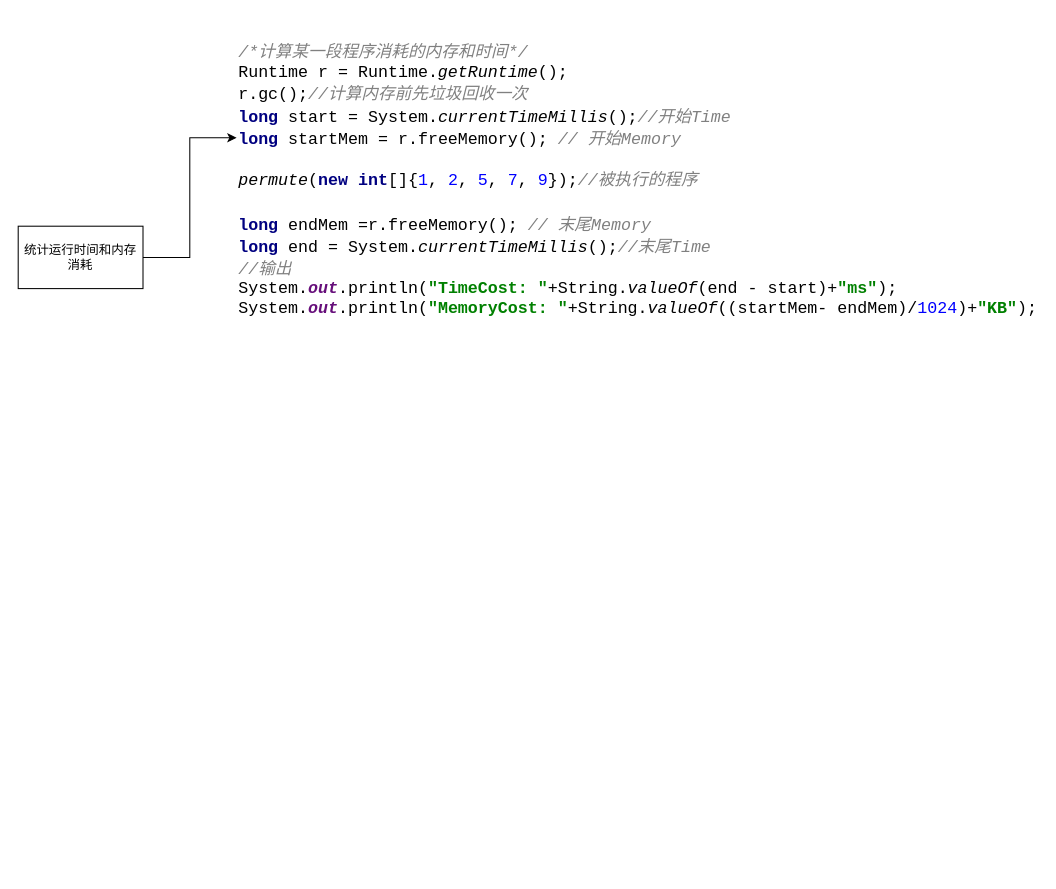
The draw.io diagram page "工具" (2 of 2) of learn.drawio in sunhcer/test, before the edit. Source tidied: cells renumbered, new cells numbered last; positions are measured from the earlier drawing's top-left corner, leaving out a move shared by most shapes. Both pictures are drawn from the tidied source at 104%, with x=0, y=0 at pixel (18, 18).
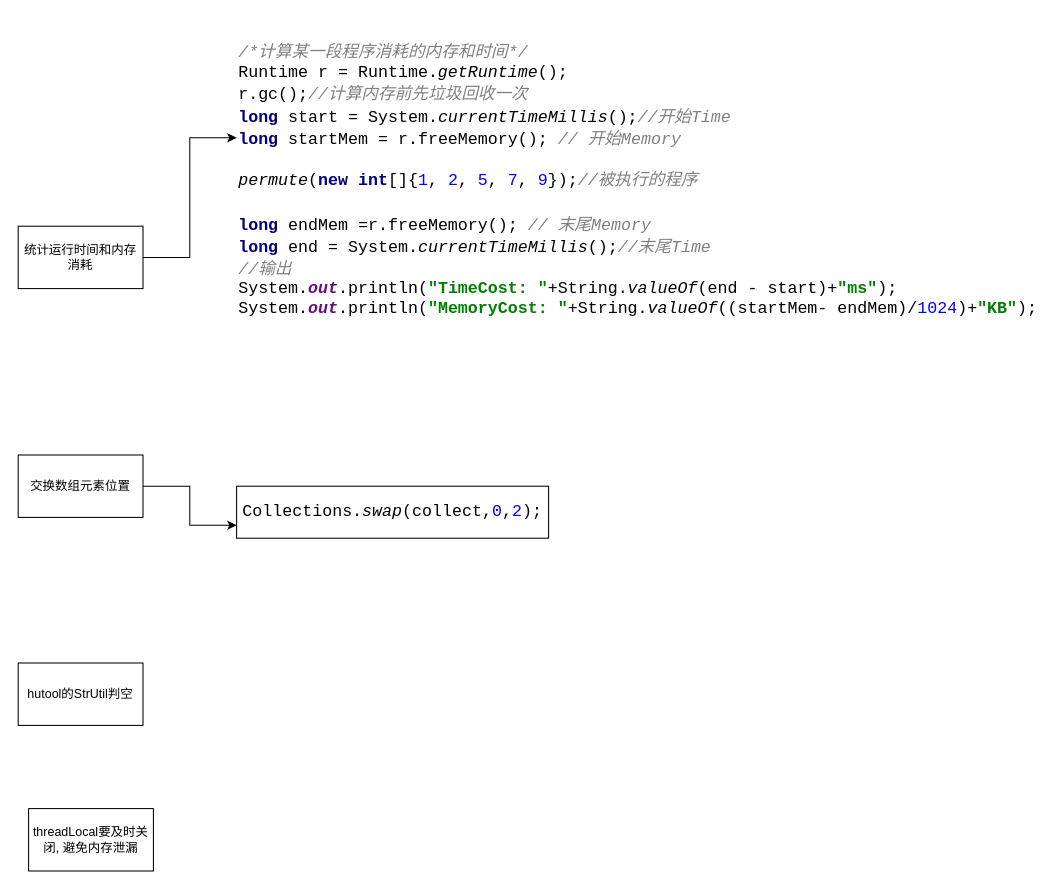
After the change.

The edit, as a diff of the source:
```diff
@@
 <mxGraphModel>
   <root>
     <mxCell id="0" />
     <mxCell id="1" parent="0" />
     <mxCell id="2" style="edgeStyle=orthogonalEdgeStyle;rounded=0;jettySize=auto;html=1;exitX=1;exitY=0.5;exitDx=0;exitDy=0;" parent="1" edge="1" source="3" target="4">
       <mxGeometry relative="1" as="geometry" />
     </mxCell>
     <mxCell id="3" value="统计运行时间和内存消耗" style="rounded=0;whiteSpace=wrap;html=1;" parent="1" vertex="1">
       <mxGeometry y="200" width="120" height="60" as="geometry" />
     </mxCell>
     <mxCell id="4" value="&lt;pre style=&quot;background-color: #ffffff ; color: #000000 ; font-family: &amp;quot;consolas&amp;quot; ; font-size: 12.0pt&quot;&gt;&lt;span style=&quot;color: #808080 ; font-style: italic&quot;&gt;/*&lt;/span&gt;&lt;span style=&quot;color: #808080 ; font-style: italic ; font-family: &amp;quot;arial&amp;quot;&quot;&gt;计算某一段程序消耗的内存和时间&lt;/span&gt;&lt;span style=&quot;color: #808080 ; font-style: italic&quot;&gt;*/&lt;br&gt;&lt;/span&gt;Runtime r = Runtime.&lt;span style=&quot;font-style: italic&quot;&gt;getRuntime&lt;/span&gt;();&lt;br&gt;r.gc();&lt;span style=&quot;color: #808080 ; font-style: italic&quot;&gt;//&lt;/span&gt;&lt;span style=&quot;color: #808080 ; font-style: italic ; font-family: &amp;quot;arial&amp;quot;&quot;&gt;计算内存前先垃圾回收一次&lt;br&gt;&lt;/span&gt;&lt;span style=&quot;color: #000080 ; font-weight: bold&quot;&gt;long &lt;/span&gt;start = System.&lt;span style=&quot;font-style: italic&quot;&gt;currentTimeMillis&lt;/span&gt;();&lt;span style=&quot;color: #808080 ; font-style: italic&quot;&gt;//&lt;/span&gt;&lt;span style=&quot;color: #808080 ; font-style: italic ; font-family: &amp;quot;arial&amp;quot;&quot;&gt;开始&lt;/span&gt;&lt;span style=&quot;color: #808080 ; font-style: italic&quot;&gt;Time&lt;br&gt;&lt;/span&gt;&lt;span style=&quot;color: #000080 ; font-weight: bold&quot;&gt;long &lt;/span&gt;startMem = r.freeMemory(); &lt;span style=&quot;color: #808080 ; font-style: italic&quot;&gt;// &lt;/span&gt;&lt;span style=&quot;color: #808080 ; font-style: italic ; font-family: &amp;quot;arial&amp;quot;&quot;&gt;开始&lt;/span&gt;&lt;span style=&quot;color: #808080 ; font-style: italic&quot;&gt;Memory&lt;br&gt;&lt;/span&gt;&lt;span style=&quot;color: #808080 ; font-style: italic&quot;&gt;&lt;br&gt;&lt;/span&gt;&lt;span style=&quot;font-style: italic&quot;&gt;permute&lt;/span&gt;(&lt;span style=&quot;color: #000080 ; font-weight: bold&quot;&gt;new int&lt;/span&gt;[]{&lt;span style=&quot;color: #0000ff&quot;&gt;1&lt;/span&gt;, &lt;span style=&quot;color: #0000ff&quot;&gt;2&lt;/span&gt;, &lt;span style=&quot;color: #0000ff&quot;&gt;5&lt;/span&gt;, &lt;span style=&quot;color: #0000ff&quot;&gt;7&lt;/span&gt;, &lt;span style=&quot;color: #0000ff&quot;&gt;9&lt;/span&gt;});&lt;span style=&quot;color: #808080 ; font-style: italic&quot;&gt;//&lt;/span&gt;&lt;span style=&quot;color: #808080 ; font-style: italic ; font-family: &amp;quot;arial&amp;quot;&quot;&gt;被执行的程序&lt;br&gt;&lt;/span&gt;&lt;span style=&quot;color: #808080 ; font-style: italic ; font-family: &amp;quot;arial&amp;quot;&quot;&gt;&lt;br&gt;&lt;/span&gt;&lt;span style=&quot;color: #000080 ; font-weight: bold&quot;&gt;long &lt;/span&gt;endMem =r.freeMemory(); &lt;span style=&quot;color: #808080 ; font-style: italic&quot;&gt;// &lt;/span&gt;&lt;span style=&quot;color: #808080 ; font-style: italic ; font-family: &amp;quot;arial&amp;quot;&quot;&gt;末尾&lt;/span&gt;&lt;span style=&quot;color: #808080 ; font-style: italic&quot;&gt;Memory&lt;br&gt;&lt;/span&gt;&lt;span style=&quot;color: #000080 ; font-weight: bold&quot;&gt;long &lt;/span&gt;end = System.&lt;span style=&quot;font-style: italic&quot;&gt;currentTimeMillis&lt;/span&gt;();&lt;span style=&quot;color: #808080 ; font-style: italic&quot;&gt;//&lt;/span&gt;&lt;span style=&quot;color: #808080 ; font-style: italic ; font-family: &amp;quot;arial&amp;quot;&quot;&gt;末尾&lt;/span&gt;&lt;span style=&quot;color: #808080 ; font-style: italic&quot;&gt;Time&lt;br&gt;&lt;/span&gt;&lt;span style=&quot;color: #808080 ; font-style: italic&quot;&gt;//&lt;/span&gt;&lt;span style=&quot;color: #808080 ; font-style: italic ; font-family: &amp;quot;arial&amp;quot;&quot;&gt;输出&lt;br&gt;&lt;/span&gt;System.&lt;span style=&quot;color: #660e7a ; font-weight: bold ; font-style: italic&quot;&gt;out&lt;/span&gt;.println(&lt;span style=&quot;color: #008000 ; font-weight: bold&quot;&gt;&quot;TimeCost: &quot;&lt;/span&gt;+String.&lt;span style=&quot;font-style: italic&quot;&gt;valueOf&lt;/span&gt;(end - start)+&lt;span style=&quot;color: #008000 ; font-weight: bold&quot;&gt;&quot;ms&quot;&lt;/span&gt;);&lt;br&gt;System.&lt;span style=&quot;color: #660e7a ; font-weight: bold ; font-style: italic&quot;&gt;out&lt;/span&gt;.println(&lt;span style=&quot;color: #008000 ; font-weight: bold&quot;&gt;&quot;MemoryCost: &quot;&lt;/span&gt;+String.&lt;span style=&quot;font-style: italic&quot;&gt;valueOf&lt;/span&gt;((startMem- endMem)/&lt;span style=&quot;color: #0000ff&quot;&gt;1024&lt;/span&gt;)+&lt;span style=&quot;color: #008000 ; font-weight: bold&quot;&gt;&quot;KB&quot;&lt;/span&gt;);&lt;/pre&gt;" style="text;whiteSpace=wrap;html=1;" parent="1" vertex="1">
       <mxGeometry x="210" width="550" height="230" as="geometry" />
     </mxCell>
+    <mxCell id="5" style="edgeStyle=orthogonalEdgeStyle;rounded=0;jettySize=auto;html=1;entryX=0;entryY=0.75;entryDx=0;entryDy=0;" parent="1" edge="1" source="6" target="7">
+      <mxGeometry relative="1" as="geometry" />
+    </mxCell>
+    <mxCell id="6" value="交换数组元素位置" style="rounded=0;whiteSpace=wrap;html=1;" parent="1" vertex="1">
+      <mxGeometry y="420" width="120" height="60" as="geometry" />
+    </mxCell>
+    <mxCell id="7" value="&lt;pre style=&quot;background-color: rgb(255 , 255 , 255) ; font-family: &amp;#34;consolas&amp;#34; ; font-size: 12pt&quot;&gt;Collections.&lt;span style=&quot;font-style: italic&quot;&gt;swap&lt;/span&gt;(collect,&lt;span style=&quot;color: #0000ff&quot;&gt;0&lt;/span&gt;,&lt;span style=&quot;color: #0000ff&quot;&gt;2&lt;/span&gt;);&lt;/pre&gt;" style="rounded=0;whiteSpace=wrap;html=1;" parent="1" vertex="1">
+      <mxGeometry x="210" y="450" width="300" height="50" as="geometry" />
+    </mxCell>
+    <mxCell id="8" value="hutool的StrUtil判空" style="rounded=0;whiteSpace=wrap;html=1;" parent="1" vertex="1">
+      <mxGeometry y="620" width="120" height="60" as="geometry" />
+    </mxCell>
+    <mxCell id="9" value="threadLocal要及时关闭, 避免内存泄漏" style="rounded=0;whiteSpace=wrap;html=1;" parent="1" vertex="1">
+      <mxGeometry x="10" y="760" width="120" height="60" as="geometry" />
+    </mxCell>
   </root>
 </mxGraphModel>
```
